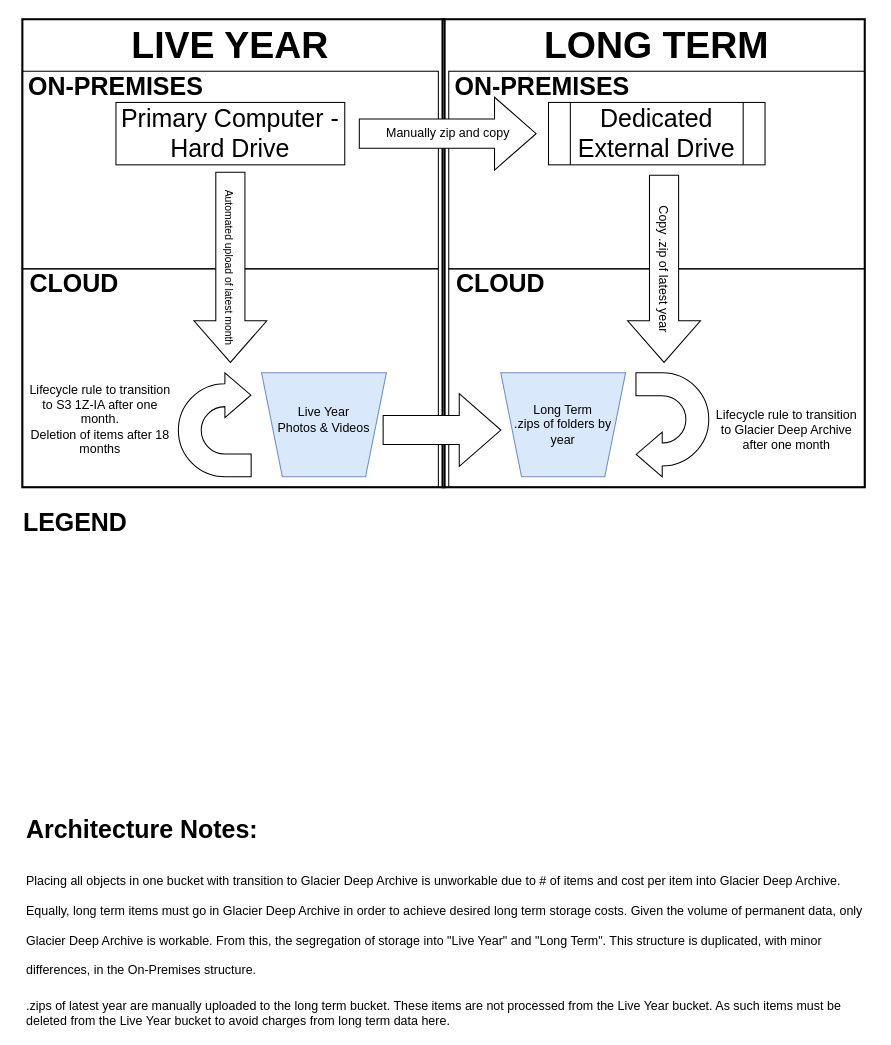
Above: S3_Backup_Structure.drawio in ancollis757/generaltools (draw.io), before the change. Source tidied: cells renumbered, new cells numbered last; positions are measured from the earlier drawing's top-left corner, leaving out a move shared by most shapes. Both pictures are drawn from the tidied source at 104%, with x=0, y=0 at pixel (21, 19).
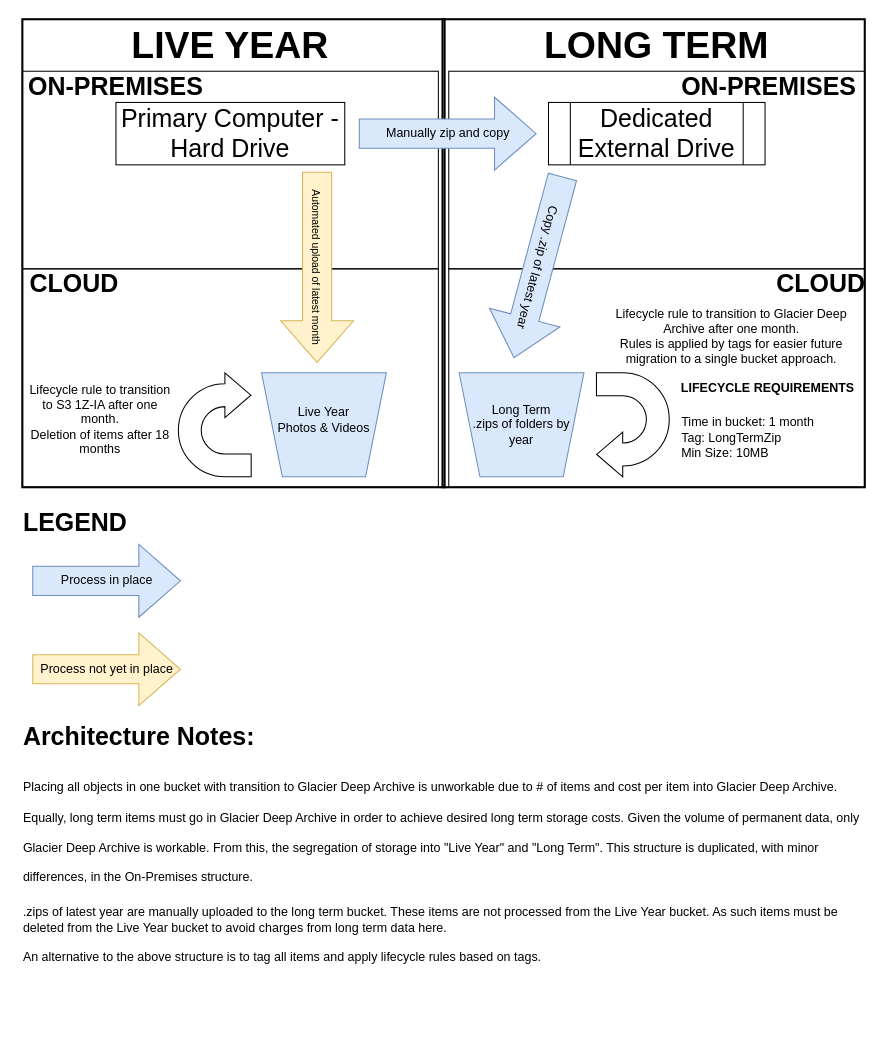
After the change.

Diff of the diagram source:
```diff
@@
     <mxCell id="10" style="shape=trapezoid;perimeter=trapezoidPerimeter;whiteSpace=wrap;html=1;fixedSize=1;rotation=-180;fillColor=#dae8fc;strokeColor=#6c8ebf;" parent="1" vertex="1">
-      <mxGeometry x="461" y="340" width="120" height="100" as="geometry" />
+      <mxGeometry x="421" y="340" width="120" height="100" as="geometry" />
     </mxCell>
     <mxCell id="11" value="Long Term&lt;br&gt;.zips of folders by year" style="text;html=1;strokeColor=none;fillColor=none;align=center;verticalAlign=middle;whiteSpace=wrap;rounded=0;" parent="1" vertex="1">
-      <mxGeometry x="471" y="350" width="100" height="80" as="geometry" />
+      <mxGeometry x="431" y="350" width="100" height="80" as="geometry" />
     </mxCell>
     <mxCell id="12" style="html=1;shadow=0;dashed=0;align=center;verticalAlign=middle;shape=mxgraph.arrows2.uTurnArrow;dy=11;arrowHead=43;dx2=25;rotation=-180;" parent="1" vertex="1">
-      <mxGeometry x="591" y="340" width="70" height="100" as="geometry" />
+      <mxGeometry x="553" y="340" width="70" height="100" as="geometry" />
     </mxCell>
-    <mxCell id="13" value="Lifecycle rule to transition to Glacier Deep Archive after one month" style="text;html=1;strokeColor=none;fillColor=none;align=center;verticalAlign=middle;whiteSpace=wrap;rounded=0;" parent="1" vertex="1">
-      <mxGeometry x="661" y="350" width="150" height="90" as="geometry" />
+    <mxCell id="13" value="Lifecycle rule to transition to Glacier Deep Archive after one month.&lt;br&gt;Rules is applied by tags for easier future migration to a single bucket approach." style="text;html=1;strokeColor=none;fillColor=none;align=center;verticalAlign=middle;whiteSpace=wrap;rounded=0;" parent="1" vertex="1">
+      <mxGeometry x="553" y="260" width="260" height="90" as="geometry" />
     </mxCell>
@@
-    <mxCell id="16" value="&lt;h1&gt;&lt;span style=&quot;background-color: initial;&quot;&gt;Architecture Notes:&lt;/span&gt;&lt;/h1&gt;&lt;h1&gt;&lt;span style=&quot;background-color: initial; font-size: 12px; font-weight: normal;&quot;&gt;Placing all objects in one bucket with transition to Glacier Deep Archive is unworkable due to # of items and cost per item into Glacier Deep Archive. Equally, long term items must go in Glacier Deep Archive in order to achieve desired long term storage costs. Given the volume of permanent data, only Glacier Deep Archive is workable. From this, the segregation of storage into &quot;Live Year&quot; and &quot;Long Term&quot;. This structure is duplicated, with minor differences, in the On-Premises structure.&lt;/span&gt;&lt;br&gt;&lt;/h1&gt;&lt;div&gt;&lt;span style=&quot;background-color: initial; font-size: 12px; font-weight: normal;&quot;&gt;.zips of latest year are manually uploaded to the long term bucket. These items are not processed from the Live Year bucket. As such items must be deleted from the Live Year bucket to avoid charges from long term data here.&lt;/span&gt;&lt;/div&gt;" style="text;html=1;strokeColor=none;fillColor=none;spacing=5;spacingTop=-20;whiteSpace=wrap;overflow=hidden;rounded=0;" parent="1" vertex="1">
-      <mxGeometry y="760" width="820" height="210" as="geometry" />
+    <mxCell id="16" value="&lt;h1&gt;&lt;span style=&quot;background-color: initial;&quot;&gt;Architecture Notes:&lt;/span&gt;&lt;/h1&gt;&lt;h1&gt;&lt;span style=&quot;background-color: initial; font-size: 12px; font-weight: normal;&quot;&gt;Placing all objects in one bucket with transition to Glacier Deep Archive is unworkable due to # of items and cost per item into Glacier Deep Archive. Equally, long term items must go in Glacier Deep Archive in order to achieve desired long term storage costs. Given the volume of permanent data, only Glacier Deep Archive is workable. From this, the segregation of storage into &quot;Live Year&quot; and &quot;Long Term&quot;. This structure is duplicated, with minor differences, in the On-Premises structure.&lt;/span&gt;&lt;br&gt;&lt;/h1&gt;&lt;div&gt;&lt;span style=&quot;background-color: initial; font-size: 12px; font-weight: normal;&quot;&gt;.zips of latest year are manually uploaded to the long term bucket. These items are not processed from the Live Year bucket. As such items must be deleted from the Live Year bucket to avoid charges from long term data here.&lt;/span&gt;&lt;/div&gt;&lt;div&gt;&lt;br&gt;&lt;/div&gt;&lt;div&gt;An alternative to the above structure is to tag all items and apply lifecycle rules based on tags.&lt;/div&gt;" style="text;html=1;strokeColor=none;fillColor=none;spacing=5;spacingTop=-20;whiteSpace=wrap;overflow=hidden;rounded=0;" parent="1" vertex="1">
+      <mxGeometry x="-3" y="670" width="820" height="260" as="geometry" />
     </mxCell>
@@
     <mxCell id="20" value="CLOUD" style="text;html=1;strokeColor=none;fillColor=none;align=center;verticalAlign=middle;whiteSpace=wrap;rounded=0;fontSize=24;fontStyle=1;" parent="1" vertex="1">
-      <mxGeometry x="421" y="240" width="80" height="30" as="geometry" />
+      <mxGeometry x="729" y="240" width="80" height="30" as="geometry" />
     </mxCell>
     <mxCell id="21" value="ON-PREMISES" style="text;html=1;strokeColor=none;fillColor=none;align=center;verticalAlign=middle;whiteSpace=wrap;rounded=0;fontSize=24;fontStyle=1;" parent="1" vertex="1">
-      <mxGeometry x="411" y="50" width="180" height="30" as="geometry" />
+      <mxGeometry x="629" y="50" width="180" height="30" as="geometry" />
     </mxCell>
@@
-    <mxCell id="25" value="Manually zip and copy" style="html=1;shadow=0;dashed=0;align=center;verticalAlign=middle;shape=mxgraph.arrows2.arrow;dy=0.6;dx=40;notch=0;fontSize=12;fillColor=default;" parent="1" vertex="1">
+    <mxCell id="25" value="Manually zip and copy" style="html=1;shadow=0;dashed=0;align=center;verticalAlign=middle;shape=mxgraph.arrows2.arrow;dy=0.6;dx=40;notch=0;fontSize=12;fillColor=#dae8fc;strokeColor=#6c8ebf;" parent="1" vertex="1">
       <mxGeometry x="325" y="75" width="170" height="70" as="geometry" />
     </mxCell>
-    <mxCell id="26" style="html=1;shadow=0;dashed=0;align=center;verticalAlign=middle;shape=mxgraph.arrows2.arrow;dy=0.6;dx=40;notch=0;fontSize=24;fillColor=default;" parent="1" vertex="1">
-      <mxGeometry x="347.9" y="360" width="113.2" height="70" as="geometry" />
-    </mxCell>
@@
-    <mxCell id="28" value="Copy .zip of latest year" style="html=1;shadow=0;dashed=0;align=center;verticalAlign=middle;shape=mxgraph.arrows2.arrow;dy=0.6;dx=40;notch=0;fontSize=12;fillColor=default;rotation=90;" parent="1" vertex="1">
-      <mxGeometry x="528" y="205" width="180" height="70" as="geometry" />
+    <mxCell id="28" value="Copy .zip of latest year" style="html=1;shadow=0;dashed=0;align=center;verticalAlign=middle;shape=mxgraph.arrows2.arrow;dy=0.6;dx=40;notch=0;fontSize=12;fillColor=#dae8fc;rotation=105;strokeColor=#6c8ebf;" parent="1" vertex="1">
+      <mxGeometry x="407" y="203.6" width="180" height="70" as="geometry" />
     </mxCell>
-    <mxCell id="29" value="Automated upload of latest month" style="html=1;shadow=0;dashed=0;align=center;verticalAlign=middle;shape=mxgraph.arrows2.arrow;dy=0.6;dx=40;notch=0;fontSize=10;fillColor=default;rotation=90;" parent="1" vertex="1">
-      <mxGeometry x="109.6" y="203.6" width="182.8" height="70" as="geometry" />
+    <mxCell id="29" value="Automated upload of latest month" style="html=1;shadow=0;dashed=0;align=center;verticalAlign=middle;shape=mxgraph.arrows2.arrow;dy=0.6;dx=40;notch=0;fontSize=10;fillColor=#fff2cc;rotation=90;strokeColor=#d6b656;" parent="1" vertex="1">
+      <mxGeometry x="193" y="203.6" width="182.8" height="70" as="geometry" />
     </mxCell>
+    <mxCell id="30" value="Process in place" style="html=1;shadow=0;dashed=0;align=center;verticalAlign=middle;shape=mxgraph.arrows2.arrow;dy=0.6;dx=40;notch=0;fontSize=12;fillColor=#dae8fc;rotation=0;strokeColor=#6c8ebf;" parent="1" vertex="1">
+      <mxGeometry x="11" y="505" width="142" height="70" as="geometry" />
+    </mxCell>
+    <mxCell id="31" value="Process not yet in place" style="html=1;shadow=0;dashed=0;align=center;verticalAlign=middle;shape=mxgraph.arrows2.arrow;dy=0.6;dx=40;notch=0;fontSize=12;fillColor=#fff2cc;rotation=0;strokeColor=#d6b656;" parent="1" vertex="1">
+      <mxGeometry x="11" y="590" width="142" height="70" as="geometry" />
+    </mxCell>
+    <mxCell id="32" value="LIFECYCLE REQUIREMENTS" style="text;html=1;strokeColor=none;fillColor=none;align=center;verticalAlign=middle;whiteSpace=wrap;rounded=0;strokeWidth=2;fontSize=12;fontStyle=1;" parent="1" vertex="1">
+      <mxGeometry x="633" y="340" width="170" height="30" as="geometry" />
+    </mxCell>
+    <mxCell id="33" value="&lt;br&gt;Time in bucket: 1 month&lt;br&gt;Tag:&amp;nbsp;LongTermZip &lt;br&gt;Min Size: 10MB" style="text;html=1;strokeColor=none;fillColor=none;align=left;verticalAlign=middle;whiteSpace=wrap;rounded=0;strokeWidth=2;fontSize=12;" parent="1" vertex="1">
+      <mxGeometry x="633" y="360" width="170" height="70" as="geometry" />
+    </mxCell>
```
